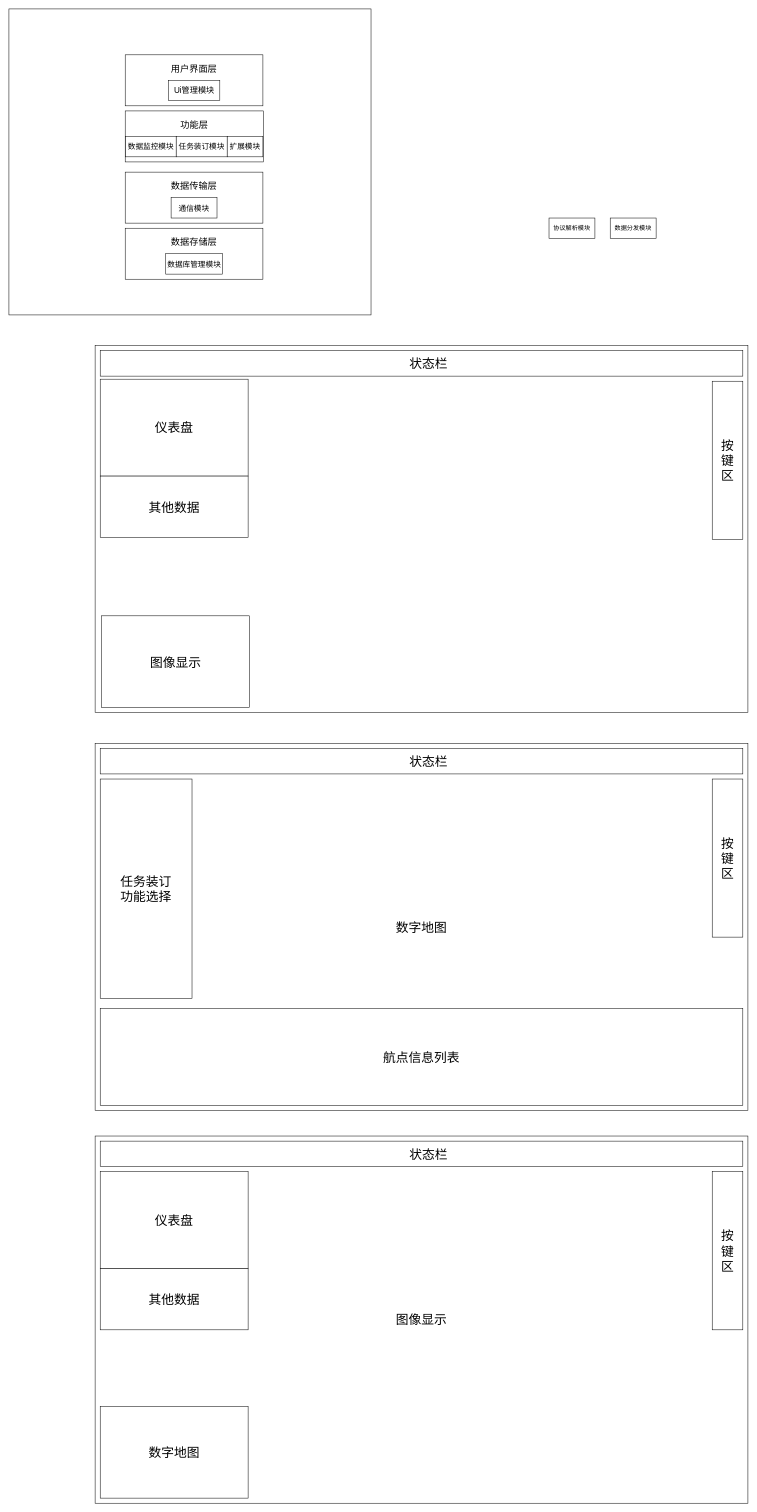
Before: Untitled Diagram.drawio in kkolento/myFlowChart, a draw.io diagram. Source tidied: cells renumbered, new cells numbered last; positions are measured from the earlier drawing's top-left corner, leaving out a move shared by most shapes. Both pictures are drawn from the tidied source at 51%, with x=0, y=0 at pixel (9, 9).
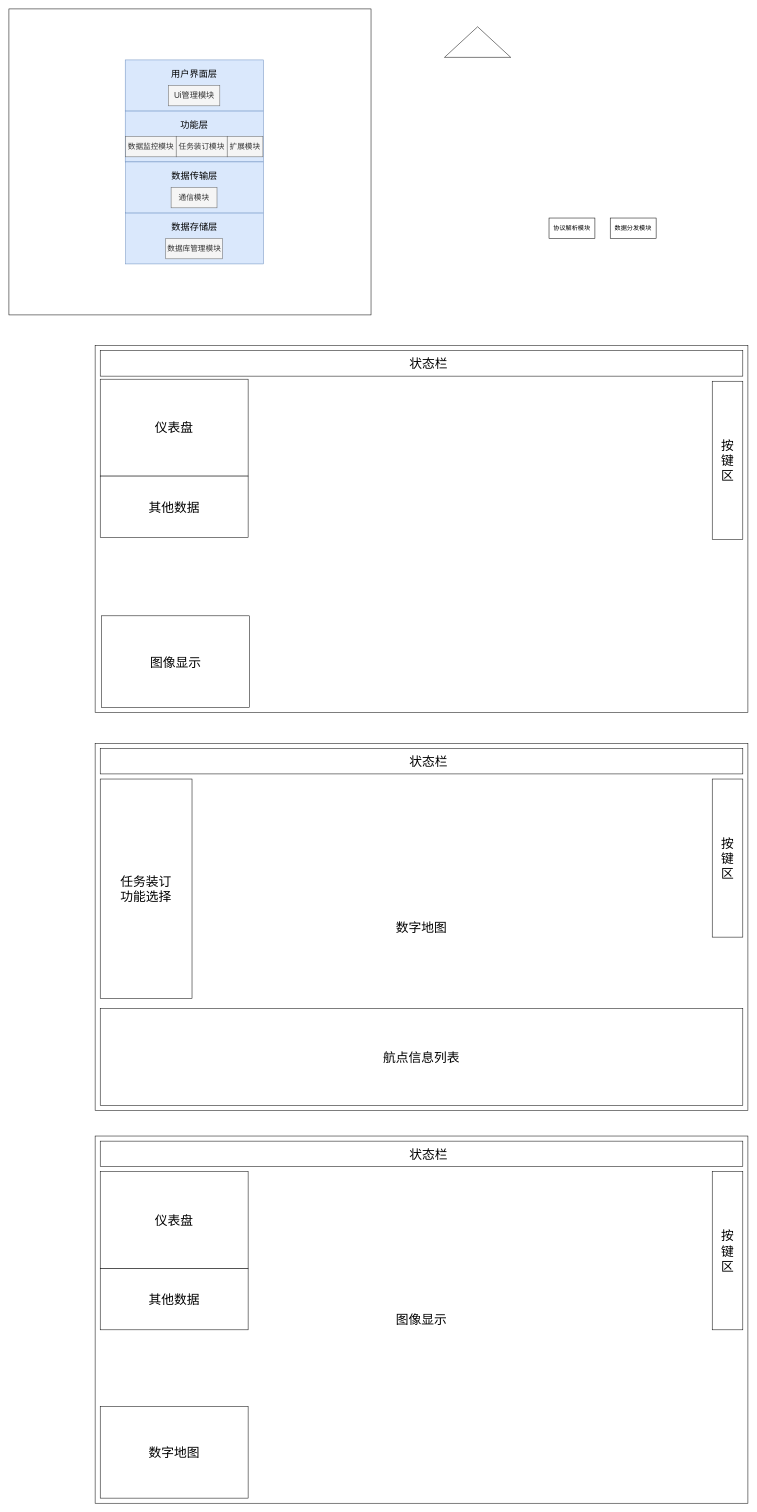
Above is the later version.

What changed in the source:
```diff
@@
-    <mxCell id="3" value="&lt;font style=&quot;font-size: 18px&quot;&gt;数据存储层&lt;br&gt;&lt;br&gt;&lt;br&gt;&lt;/font&gt;" style="rounded=0;whiteSpace=wrap;html=1;" parent="1" vertex="1">
-      <mxGeometry x="228" y="430" width="270" height="100" as="geometry" />
+    <mxCell id="3" value="&lt;font style=&quot;font-size: 18px&quot;&gt;数据存储层&lt;br&gt;&lt;br&gt;&lt;br&gt;&lt;/font&gt;" style="rounded=0;whiteSpace=wrap;html=1;fillColor=#dae8fc;strokeColor=#6c8ebf;" parent="1" vertex="1">
+      <mxGeometry x="229" y="400" width="270" height="100" as="geometry" />
     </mxCell>
-    <mxCell id="4" value="&lt;font style=&quot;font-size: 18px&quot;&gt;功能层&lt;br&gt;&lt;br&gt;&lt;br&gt;&lt;/font&gt;" style="rounded=0;whiteSpace=wrap;html=1;" parent="1" vertex="1">
+    <mxCell id="4" value="&lt;font style=&quot;font-size: 18px&quot;&gt;功能层&lt;br&gt;&lt;br&gt;&lt;br&gt;&lt;/font&gt;" style="rounded=0;whiteSpace=wrap;html=1;fillColor=#dae8fc;strokeColor=#6c8ebf;" parent="1" vertex="1">
       <mxGeometry x="228" y="200" width="271" height="100" as="geometry" />
     </mxCell>
-    <mxCell id="5" value="&lt;font style=&quot;font-size: 18px&quot;&gt;数据传输层&lt;br&gt;&lt;br&gt;&lt;br&gt;&lt;/font&gt;" style="rounded=0;whiteSpace=wrap;html=1;" parent="1" vertex="1">
-      <mxGeometry x="228" y="320" width="270" height="100" as="geometry" />
+    <mxCell id="5" value="&lt;font style=&quot;font-size: 18px&quot;&gt;数据传输层&lt;br&gt;&lt;br&gt;&lt;br&gt;&lt;/font&gt;" style="rounded=0;whiteSpace=wrap;html=1;fillColor=#dae8fc;strokeColor=#6c8ebf;" parent="1" vertex="1">
+      <mxGeometry x="229" y="300" width="270" height="100" as="geometry" />
     </mxCell>
-    <mxCell id="6" value="数据库管理模块" style="rounded=0;whiteSpace=wrap;html=1;fontSize=15;" parent="1" vertex="1">
-      <mxGeometry x="307.5" y="480" width="111" height="40" as="geometry" />
+    <mxCell id="6" value="数据库管理模块" style="rounded=0;whiteSpace=wrap;html=1;fontSize=15;fillColor=#f5f5f5;strokeColor=#666666;fontColor=#333333;" parent="1" vertex="1">
+      <mxGeometry x="307.5" y="450" width="111" height="40" as="geometry" />
     </mxCell>
@@
-    <mxCell id="8" value="数据监控模块" style="rounded=0;whiteSpace=wrap;html=1;fontSize=15;" parent="1" vertex="1">
+    <mxCell id="8" value="数据监控模块" style="rounded=0;whiteSpace=wrap;html=1;fontSize=15;fillColor=#f5f5f5;strokeColor=#666666;fontColor=#333333;" parent="1" vertex="1">
       <mxGeometry x="229" y="250" width="99" height="40" as="geometry" />
     </mxCell>
-    <mxCell id="9" value="任务装订模块" style="rounded=0;whiteSpace=wrap;html=1;fontSize=15;" parent="1" vertex="1">
+    <mxCell id="9" value="任务装订模块" style="rounded=0;whiteSpace=wrap;html=1;fontSize=15;fillColor=#f5f5f5;strokeColor=#666666;fontColor=#333333;" parent="1" vertex="1">
       <mxGeometry x="328" y="250" width="100" height="40" as="geometry" />
     </mxCell>
@@
-    <mxCell id="11" value="通信模块" style="rounded=0;whiteSpace=wrap;html=1;fontSize=15;" parent="1" vertex="1">
-      <mxGeometry x="318" y="370" width="90" height="40" as="geometry" />
+    <mxCell id="11" value="通信模块" style="rounded=0;whiteSpace=wrap;html=1;fontSize=15;fillColor=#f5f5f5;strokeColor=#666666;fontColor=#333333;" parent="1" vertex="1">
+      <mxGeometry x="318" y="350" width="90" height="40" as="geometry" />
     </mxCell>
-    <mxCell id="12" value="扩展模块" style="rounded=0;whiteSpace=wrap;html=1;fontSize=15;" parent="1" vertex="1">
+    <mxCell id="12" value="扩展模块" style="rounded=0;whiteSpace=wrap;html=1;fontSize=15;fillColor=#f5f5f5;strokeColor=#666666;fontColor=#333333;" parent="1" vertex="1">
       <mxGeometry x="428" y="250" width="70" height="40" as="geometry" />
     </mxCell>
@@
-    <mxCell id="30" value="&lt;font style=&quot;font-size: 18px&quot;&gt;用户界面层&lt;br&gt;&lt;br&gt;&lt;br&gt;&lt;/font&gt;" style="rounded=0;whiteSpace=wrap;html=1;" parent="1" vertex="1">
-      <mxGeometry x="228" y="90" width="270" height="100" as="geometry" />
+    <mxCell id="30" value="&lt;font style=&quot;font-size: 18px&quot;&gt;用户界面层&lt;br&gt;&lt;br&gt;&lt;br&gt;&lt;/font&gt;" style="rounded=0;whiteSpace=wrap;html=1;fillColor=#dae8fc;strokeColor=#6c8ebf;" parent="1" vertex="1">
+      <mxGeometry x="228" y="100" width="271" height="100" as="geometry" />
     </mxCell>
-    <mxCell id="31" value="&lt;font style=&quot;font-size: 16px&quot;&gt;Ui管理模块&lt;/font&gt;" style="rounded=0;whiteSpace=wrap;html=1;" parent="1" vertex="1">
-      <mxGeometry x="312.5" y="140" width="101" height="40" as="geometry" />
+    <mxCell id="31" value="&lt;font style=&quot;font-size: 16px&quot;&gt;Ui管理模块&lt;/font&gt;" style="rounded=0;whiteSpace=wrap;html=1;fillColor=#f5f5f5;strokeColor=#666666;fontColor=#333333;" parent="1" vertex="1">
+      <mxGeometry x="312.5" y="150" width="101" height="40" as="geometry" />
     </mxCell>
+    <mxCell id="32" style="triangle;whiteSpace=wrap;html=1;rotation=-90;" parent="1" vertex="1">
+      <mxGeometry x="889" width="60" height="130" as="geometry" />
+    </mxCell>
```
